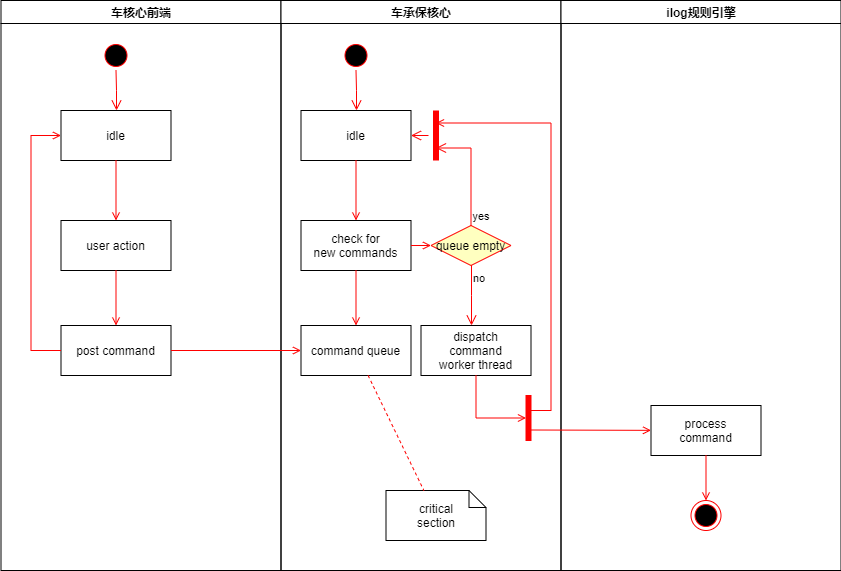
Before: 车核心规则引擎.png, a diagram exported from draw.io (damingqicai/arthas). Source tidied: cells renumbered, new cells last; positions are measured from the earlier drawing's top-left corner, leaving out a move shared by most shapes.
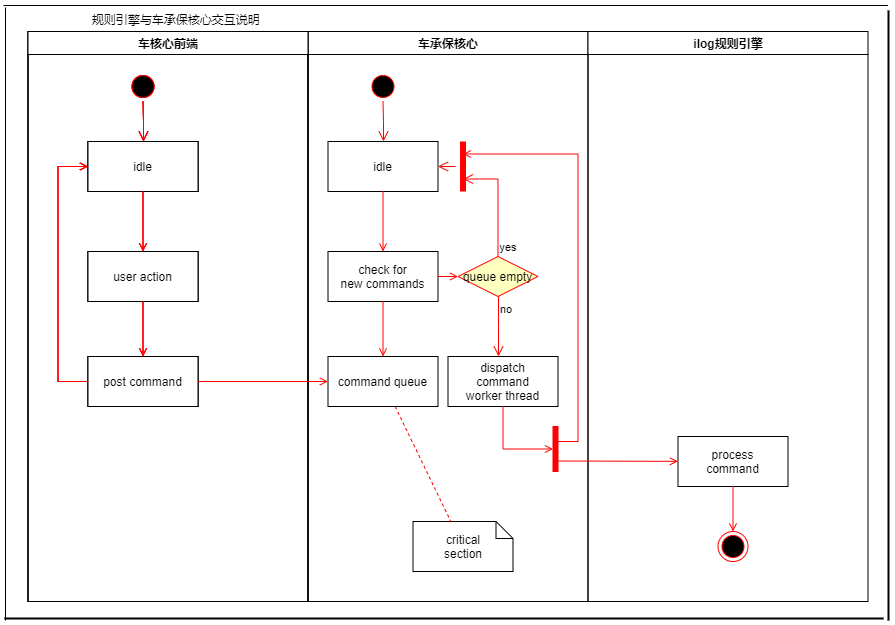
Later version of the same file.

Commit message:
Update 车核心规则引擎.png

Change to the diagram source:
```diff
@@ -98,6 +98,37 @@
         </Array>
       </mxGeometry>
     </mxCell>
+    <mxCell id="37" value="车核心前端" style="swimlane;whiteSpace=wrap;" parent="11" vertex="1">
+      <mxGeometry x="-280" width="280" height="570" as="geometry" />
+    </mxCell>
+    <mxCell id="38" style="ellipse;shape=startState;fillColor=#000000;strokeColor=#ff0000;" parent="37" vertex="1">
+      <mxGeometry x="100" y="40" width="30" height="30" as="geometry" />
+    </mxCell>
+    <mxCell id="39" style="edgeStyle=elbowEdgeStyle;elbow=horizontal;verticalAlign=bottom;endArrow=open;endSize=8;strokeColor=#FF0000;endFill=1;rounded=0;" parent="37" edge="1" source="38" target="40">
+      <mxGeometry x="100" y="40" as="geometry" />
+    </mxCell>
+    <mxCell id="40" value="idle" parent="37" vertex="1">
+      <mxGeometry x="60" y="110" width="110" height="50" as="geometry" />
+    </mxCell>
+    <mxCell id="41" value="user action" parent="37" vertex="1">
+      <mxGeometry x="60" y="220" width="110" height="50" as="geometry" />
+    </mxCell>
+    <mxCell id="42" style="endArrow=open;strokeColor=#FF0000;endFill=1;rounded=0;" parent="37" edge="1" source="40" target="41">
+      <mxGeometry relative="1" as="geometry" />
+    </mxCell>
+    <mxCell id="43" value="post command" parent="37" vertex="1">
+      <mxGeometry x="60" y="325" width="110" height="50" as="geometry" />
+    </mxCell>
+    <mxCell id="44" style="endArrow=open;strokeColor=#FF0000;endFill=1;rounded=0;" parent="37" edge="1" source="41" target="43">
+      <mxGeometry relative="1" as="geometry" />
+    </mxCell>
+    <mxCell id="45" style="edgeStyle=elbowEdgeStyle;elbow=horizontal;strokeColor=#FF0000;endArrow=open;endFill=1;rounded=0;" parent="37" edge="1" source="43" target="40">
+      <mxGeometry relative="1" as="geometry">
+        <Array as="points">
+          <mxPoint x="30" y="250" />
+        </Array>
+      </mxGeometry>
+    </mxCell>
     <mxCell id="30" value="ilog规则引擎" style="swimlane;whiteSpace=wrap;" parent="1" vertex="1">
       <mxGeometry x="560.5" width="280" height="570" as="geometry" />
     </mxCell>
@@ -123,8 +154,54 @@
     <mxCell id="35" style="endArrow=open;strokeColor=#FF0000;endFill=1;rounded=0;" parent="30" edge="1" source="31" target="34">
       <mxGeometry relative="1" as="geometry" />
     </mxCell>
+    <mxCell id="46" value="车核心前端" style="swimlane;whiteSpace=wrap;" parent="30" vertex="1">
+      <mxGeometry x="-560" width="280" height="570" as="geometry" />
+    </mxCell>
+    <mxCell id="47" style="ellipse;shape=startState;fillColor=#000000;strokeColor=#ff0000;" parent="46" vertex="1">
+      <mxGeometry x="100" y="40" width="30" height="30" as="geometry" />
+    </mxCell>
+    <mxCell id="48" style="edgeStyle=elbowEdgeStyle;elbow=horizontal;verticalAlign=bottom;endArrow=open;endSize=8;strokeColor=#FF0000;endFill=1;rounded=0;" parent="46" edge="1" source="47" target="49">
+      <mxGeometry x="100" y="40" as="geometry" />
+    </mxCell>
+    <mxCell id="49" value="idle" parent="46" vertex="1">
+      <mxGeometry x="60" y="110" width="110" height="50" as="geometry" />
+    </mxCell>
+    <mxCell id="50" value="user action" parent="46" vertex="1">
+      <mxGeometry x="60" y="220" width="110" height="50" as="geometry" />
+    </mxCell>
+    <mxCell id="51" style="endArrow=open;strokeColor=#FF0000;endFill=1;rounded=0;" parent="46" edge="1" source="49" target="50">
+      <mxGeometry relative="1" as="geometry" />
+    </mxCell>
+    <mxCell id="52" value="post command" parent="46" vertex="1">
+      <mxGeometry x="60" y="325" width="110" height="50" as="geometry" />
+    </mxCell>
+    <mxCell id="53" style="endArrow=open;strokeColor=#FF0000;endFill=1;rounded=0;" parent="46" edge="1" source="50" target="52">
+      <mxGeometry relative="1" as="geometry" />
+    </mxCell>
+    <mxCell id="54" style="edgeStyle=elbowEdgeStyle;elbow=horizontal;strokeColor=#FF0000;endArrow=open;endFill=1;rounded=0;" parent="46" edge="1" source="52" target="49">
+      <mxGeometry relative="1" as="geometry">
+        <Array as="points">
+          <mxPoint x="30" y="250" />
+        </Array>
+      </mxGeometry>
+    </mxCell>
     <mxCell id="36" style="endArrow=open;strokeColor=#FF0000;endFill=1;rounded=0;" parent="1" edge="1" source="8" target="17">
       <mxGeometry relative="1" as="geometry" />
     </mxCell>
+    <mxCell id="55" style="line;strokeWidth=1;html=1;" parent="1" vertex="1">
+      <mxGeometry x="-24" y="-31" width="884.5" height="10" as="geometry" />
+    </mxCell>
+    <mxCell id="56" style="line;strokeWidth=1;direction=south;html=1;" parent="1" vertex="1">
+      <mxGeometry x="-27" y="-24" width="10" height="613" as="geometry" />
+    </mxCell>
+    <mxCell id="57" style="line;strokeWidth=2;html=1;" parent="1" vertex="1">
+      <mxGeometry x="-23" y="582" width="879" height="10" as="geometry" />
+    </mxCell>
+    <mxCell id="58" style="line;strokeWidth=2;direction=south;html=1;" parent="1" vertex="1">
+      <mxGeometry x="856" y="-21" width="10" height="610" as="geometry" />
+    </mxCell>
+    <mxCell id="59" value="&amp;nbsp; &amp;nbsp; &amp;nbsp; &amp;nbsp; &amp;nbsp; &amp;nbsp; &amp;nbsp; &amp;nbsp; &amp;nbsp; &amp;nbsp; &amp;nbsp; 规则引擎与车承保核心交互说明&amp;nbsp; &amp;nbsp; &amp;nbsp; &amp;nbsp; &amp;nbsp; &amp;nbsp; &amp;nbsp; &amp;nbsp; &amp;nbsp; &amp;nbsp; &amp;nbsp; &amp;nbsp; &amp;nbsp; &amp;nbsp; &amp;nbsp; &amp;nbsp; &amp;nbsp; &amp;nbsp; &amp;nbsp; &amp;nbsp; &amp;nbsp; &amp;nbsp; &amp;nbsp; &amp;nbsp; &amp;nbsp; &amp;nbsp; &amp;nbsp; &amp;nbsp; &amp;nbsp; &amp;nbsp; &amp;nbsp; &amp;nbsp; &amp;nbsp; &amp;nbsp; &amp;nbsp; &amp;nbsp; &amp;nbsp; &amp;nbsp; &amp;nbsp; &amp;nbsp; &amp;nbsp; &amp;nbsp; &amp;nbsp; &amp;nbsp; &amp;nbsp; &amp;nbsp; &amp;nbsp; &amp;nbsp; &amp;nbsp;&amp;nbsp;" style="text;html=1;align=center;verticalAlign=middle;" parent="1" vertex="1">
+      <mxGeometry x="-15" y="-22" width="579" height="19" as="geometry" />
+    </mxCell>
   </root>
 </mxGraphModel>
```
